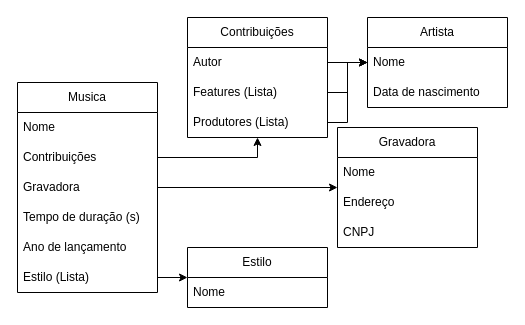
This is 5_prova/modelo.drawio from andrevpc/react-node-mongo, a draw.io file, before an edit. Source tidied: cells renumbered, new cells numbered last; positions are measured from the earlier drawing's top-left corner, leaving out a move shared by most shapes. Both pictures are drawn from the tidied source at 100%, with x=0, y=0 at pixel (17, 17).
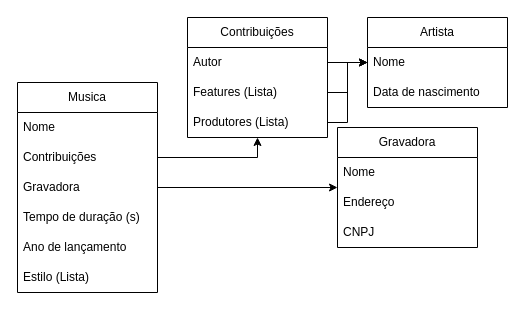
The same page after the edit.

Unchanged cells that the change refers to:
```xml
<mxCell id="8" value="Estilo (Lista)" style="text;strokeColor=none;fillColor=none;align=left;verticalAlign=middle;spacingLeft=4;spacingRight=4;overflow=hidden;points=[[0,0.5],[1,0.5]];portConstraint=eastwest;whiteSpace=wrap;html=1;" parent="2" vertex="1">
  <mxGeometry y="180" width="140" height="30" as="geometry" />
</mxCell>
```

The edit, as a diff of the source:
```diff
@@
-    <mxCell id="16" value="Estilo" style="swimlane;fontStyle=0;horizontal=1;startSize=30;whiteSpace=wrap;html=1;" parent="1" vertex="1">
-      <mxGeometry x="170" y="230" width="140" height="60" as="geometry" />
-    </mxCell>
-    <mxCell id="17" value="Nome" style="text;strokeColor=none;fillColor=none;align=left;verticalAlign=middle;spacingLeft=4;spacingRight=4;overflow=hidden;whiteSpace=wrap;html=1;" parent="16" vertex="1">
-      <mxGeometry y="30" width="140" height="30" as="geometry" />
-    </mxCell>
-    <mxCell id="18" style="edgeStyle=orthogonalEdgeStyle;rounded=0;jettySize=auto;html=1;" parent="1" edge="1" source="8" target="16">
-      <mxGeometry relative="1" as="geometry" />
-    </mxCell>
```
